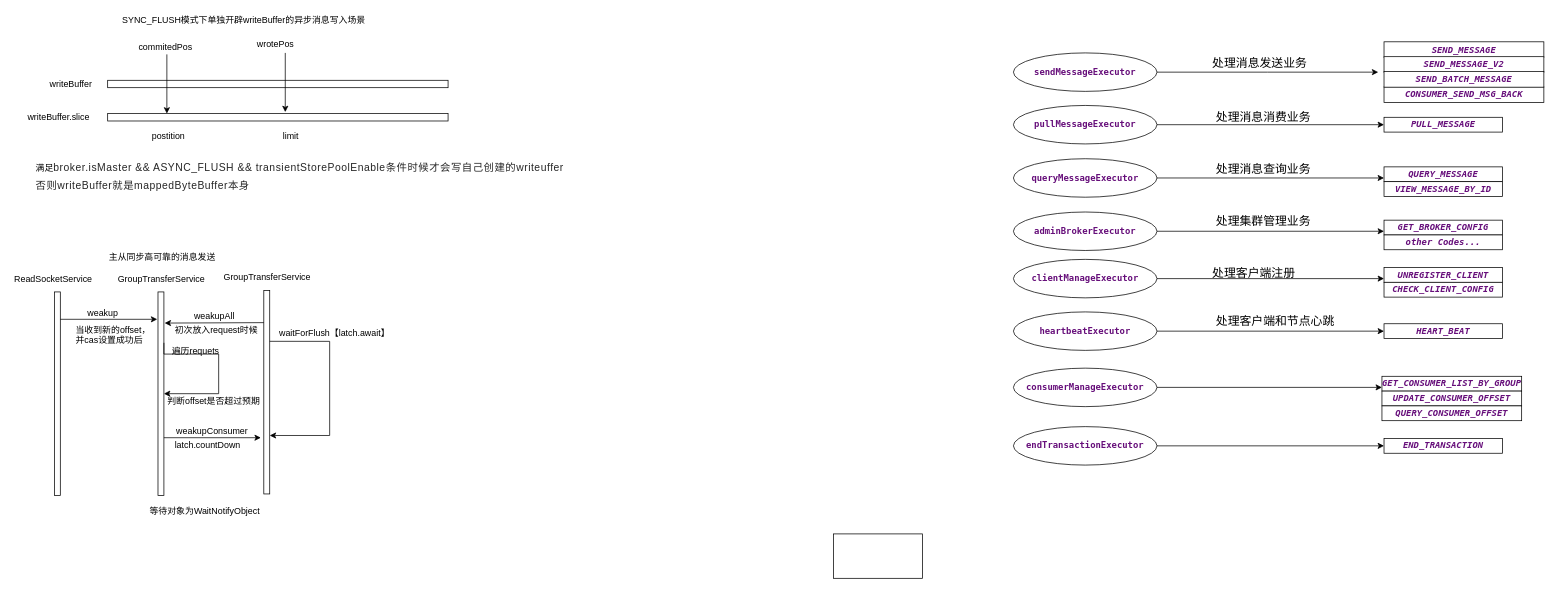
MihirrajDixit/drawio keeps this draw.io diagram as rocketmq.drawio. Above is the earlier version. Source tidied: cells renumbered, new cells numbered last; positions are measured from the earlier drawing's top-left corner, leaving out a move shared by most shapes. Both pictures are drawn from the tidied source at 74%, with x=0, y=0 at pixel (13, 13).
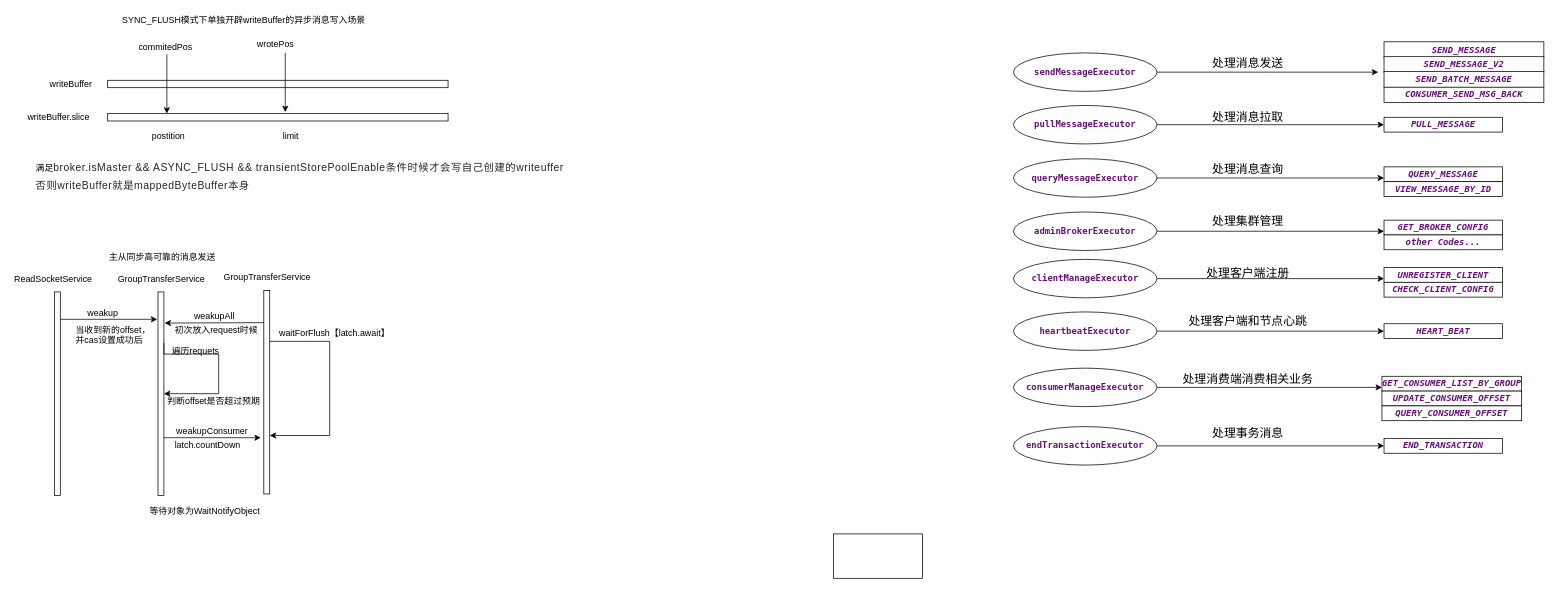
After the change.

What changed in the source:
```diff
@@
-    <mxCell id="73" value="处理消息发送业务" style="text;html=1;align=left;verticalAlign=top;spacingTop=-4;fontSize=16;" parent="1" vertex="1">
-      <mxGeometry x="1619" y="56" width="106" height="14" as="geometry" />
+    <mxCell id="73" value="处理消息发送" style="text;html=1;align=left;verticalAlign=top;spacingTop=-4;fontSize=16;" parent="1" vertex="1">
+      <mxGeometry x="1619" y="56" width="106" height="19" as="geometry" />
     </mxCell>
-    <mxCell id="74" value="处理消息消费业务" style="text;html=1;align=left;verticalAlign=top;spacingTop=-4;fontSize=16;" parent="1" vertex="1">
-      <mxGeometry x="1624" y="129" width="138" height="19" as="geometry" />
+    <mxCell id="74" value="处理消息拉取" style="text;html=1;align=left;verticalAlign=top;spacingTop=-4;fontSize=16;" parent="1" vertex="1">
+      <mxGeometry x="1619" y="129" width="106" height="19" as="geometry" />
     </mxCell>
-    <mxCell id="75" value="处理消息查询业务" style="text;html=1;align=left;verticalAlign=top;spacingTop=-4;fontSize=16;" parent="1" vertex="1">
-      <mxGeometry x="1624" y="199" width="138" height="19" as="geometry" />
+    <mxCell id="75" value="处理消息查询" style="text;html=1;align=left;verticalAlign=top;spacingTop=-4;fontSize=16;" parent="1" vertex="1">
+      <mxGeometry x="1619" y="199" width="106" height="19" as="geometry" />
     </mxCell>
-    <mxCell id="76" value="处理集群管理业务" style="text;html=1;align=left;verticalAlign=top;spacingTop=-4;fontSize=16;" parent="1" vertex="1">
-      <mxGeometry x="1624" y="269" width="138" height="19" as="geometry" />
+    <mxCell id="76" value="处理集群管理" style="text;html=1;align=left;verticalAlign=top;spacingTop=-4;fontSize=16;" parent="1" vertex="1">
+      <mxGeometry x="1619" y="269" width="106" height="19" as="geometry" />
     </mxCell>
     <mxCell id="77" value="处理客户端注册" style="text;html=1;align=left;verticalAlign=top;spacingTop=-4;fontSize=16;" parent="1" vertex="1">
-      <mxGeometry x="1619" y="339" width="122" height="19" as="geometry" />
+      <mxGeometry x="1611" y="339" width="122" height="19" as="geometry" />
     </mxCell>
     <mxCell id="78" value="处理客户端和节点心跳" style="text;html=1;align=left;verticalAlign=top;spacingTop=-4;fontSize=16;" parent="1" vertex="1">
-      <mxGeometry x="1624" y="404" width="170" height="19" as="geometry" />
+      <mxGeometry x="1587" y="404" width="170" height="19" as="geometry" />
     </mxCell>
+    <mxCell id="79" value="处理消费端消费相关业务" style="text;html=1;align=left;verticalAlign=top;spacingTop=-4;fontSize=16;" parent="1" vertex="1">
+      <mxGeometry x="1579" y="482" width="186" height="19" as="geometry" />
+    </mxCell>
+    <mxCell id="80" value="处理事务消息" style="text;html=1;align=left;verticalAlign=top;spacingTop=-4;fontSize=16;" parent="1" vertex="1">
+      <mxGeometry x="1619" y="555" width="106" height="19" as="geometry" />
+    </mxCell>
```
